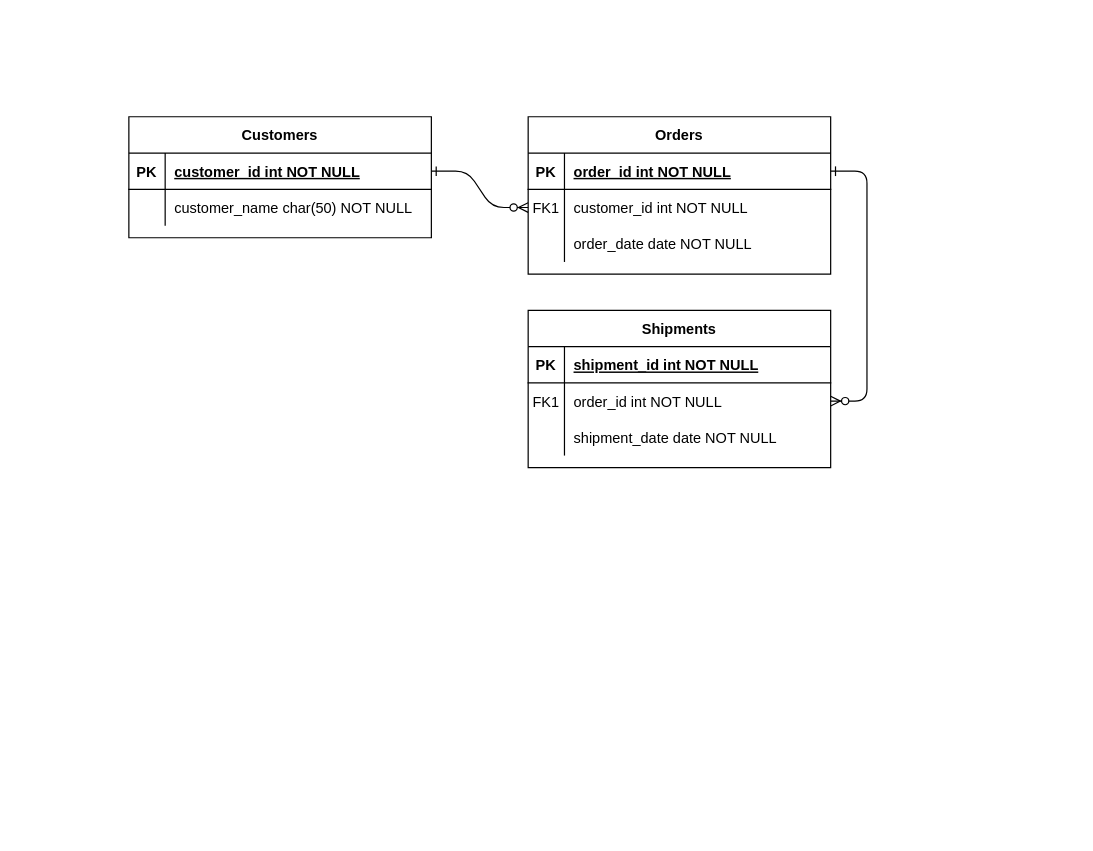
This is ERD TerasKos.drawio from sendy452/DIagram-Model, a draw.io file, before an edit. Source tidied: cells renumbered, new cells numbered last; positions are measured from the earlier drawing's top-left corner, leaving out a move shared by most shapes. Both pictures are drawn from the tidied source at 121%, with x=0, y=0 at pixel (128, 116).
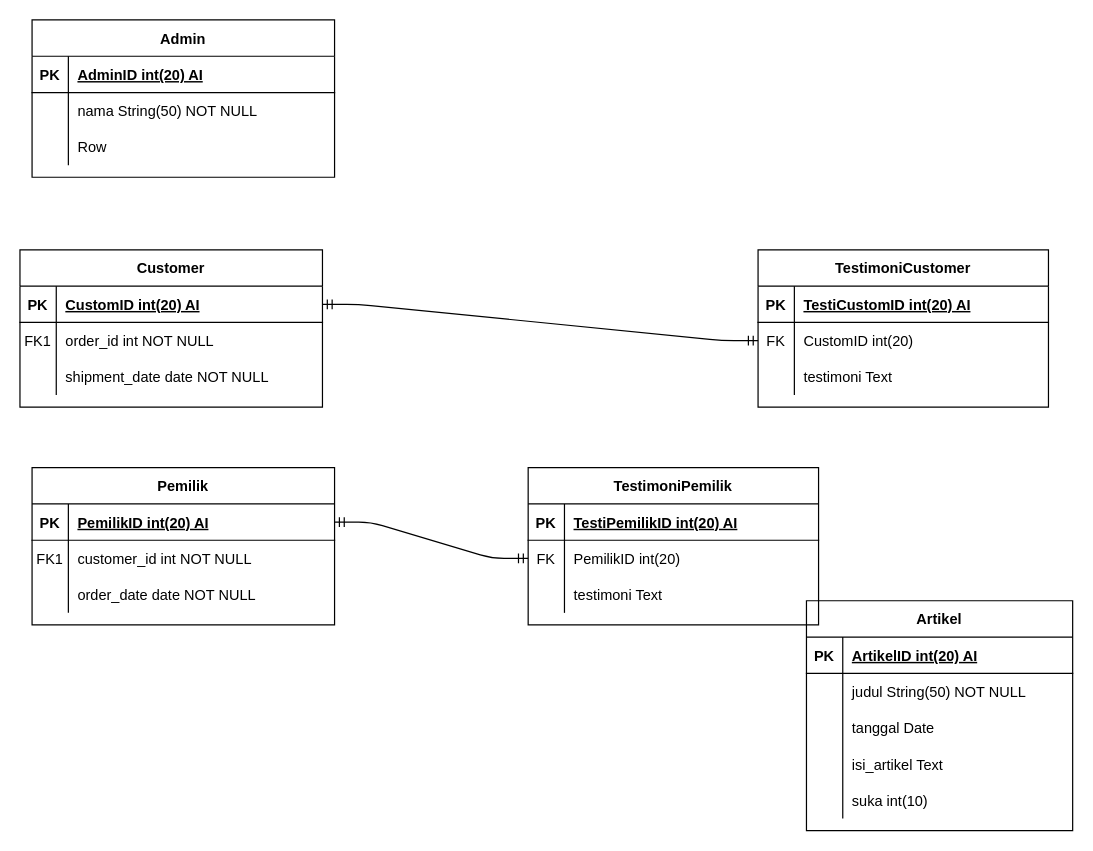
Above is the later version.

Unchanged cells that the change refers to:
```xml
<mxCell id="5" style="shape=partialRectangle;fillColor=none;points=[[0,0.5],[1,0.5]];portConstraint=eastwest;top=0;left=0;right=0;bottom=1;" parent="4" vertex="1">
  <mxGeometry y="30" width="250" height="30" as="geometry" />
</mxCell>
<mxCell id="8" style="shape=partialRectangle;fillColor=none;points=[[0,0.5],[1,0.5]];portConstraint=eastwest;top=0;left=0;right=0;bottom=0;" parent="4" vertex="1">
  <mxGeometry y="60" width="250" height="30" as="geometry" />
</mxCell>
<mxCell id="15" style="shape=partialRectangle;fillColor=none;points=[[0,0.5],[1,0.5]];portConstraint=eastwest;top=0;left=0;right=0;bottom=1;" parent="14" vertex="1">
  <mxGeometry y="30" width="250" height="30" as="geometry" />
</mxCell>
<mxCell id="18" style="shape=partialRectangle;fillColor=none;points=[[0,0.5],[1,0.5]];portConstraint=eastwest;top=0;left=0;right=0;bottom=0;" parent="14" vertex="1">
  <mxGeometry y="60" width="250" height="30" as="geometry" />
</mxCell>
<mxCell id="25" style="shape=partialRectangle;fillColor=none;points=[[0,0.5],[1,0.5]];portConstraint=eastwest;top=0;left=0;right=0;bottom=1;" parent="24" vertex="1">
  <mxGeometry y="30" width="250" height="30" as="geometry" />
</mxCell>
<mxCell id="28" style="shape=partialRectangle;fillColor=none;top=0;left=0;right=0;bottom=0;" parent="24" vertex="1">
  <mxGeometry y="60" width="250" height="30" as="geometry" />
</mxCell>
```

The edit, as a diff of the source:
```diff
@@
-    <mxCell id="2" style="edgeStyle=entityRelationEdgeStyle;endArrow=ERzeroToMany;startArrow=ERone;endFill=1;startFill=0;" parent="1" edge="1" source="25" target="8">
-      <mxGeometry relative="1" as="geometry" />
-    </mxCell>
-    <mxCell id="3" style="edgeStyle=entityRelationEdgeStyle;endArrow=ERzeroToMany;startArrow=ERone;endFill=1;startFill=0;" parent="1" edge="1" source="5" target="18">
-      <mxGeometry relative="1" as="geometry" />
-    </mxCell>
-    <mxCell id="4" value="Orders" style="shape=table;startSize=30;childLayout=tableLayout;rowLines=0;fontStyle=1;align=center;" parent="1" vertex="1">
-      <mxGeometry x="330" width="250" height="130" as="geometry" />
+    <mxCell id="4" value="Pemilik" style="shape=table;startSize=30;childLayout=tableLayout;rowLines=0;fontStyle=1;align=center;" parent="1" vertex="1">
+      <mxGeometry x="-80" y="290" width="250" height="130" as="geometry" />
     </mxCell>
@@
-    <mxCell id="7" value="order_id int NOT NULL " style="shape=partialRectangle;overflow=hidden;fillColor=none;top=0;left=0;bottom=0;right=0;align=left;spacingLeft=6;fontStyle=5;" parent="5" vertex="1">
+    <mxCell id="7" value="PemilikID int(20) AI" style="shape=partialRectangle;overflow=hidden;fillColor=none;top=0;left=0;bottom=0;right=0;align=left;spacingLeft=6;fontStyle=5;" parent="5" vertex="1">
       <mxGeometry x="30" width="220" height="30" as="geometry" />
     </mxCell>
@@
-    <mxCell id="14" value="Shipments" style="shape=table;startSize=30;childLayout=tableLayout;rowLines=0;fontStyle=1;align=center;" parent="1" vertex="1">
-      <mxGeometry x="330" y="160" width="250" height="130" as="geometry" />
+    <mxCell id="14" value="Customer" style="shape=table;startSize=30;childLayout=tableLayout;rowLines=0;fontStyle=1;align=center;" parent="1" vertex="1">
+      <mxGeometry x="-90" y="110" width="250" height="130" as="geometry" />
     </mxCell>
@@
-    <mxCell id="17" value="shipment_id int NOT NULL " style="shape=partialRectangle;overflow=hidden;fillColor=none;top=0;left=0;bottom=0;right=0;align=left;spacingLeft=6;fontStyle=5;" parent="15" vertex="1">
+    <mxCell id="17" value="CustomID int(20) AI" style="shape=partialRectangle;overflow=hidden;fillColor=none;top=0;left=0;bottom=0;right=0;align=left;spacingLeft=6;fontStyle=5;" parent="15" vertex="1">
       <mxGeometry x="30" width="220" height="30" as="geometry" />
     </mxCell>
@@
-    <mxCell id="24" value="Customers" style="shape=table;startSize=30;childLayout=tableLayout;rowLines=0;fontStyle=1;align=center;" parent="1" vertex="1">
-      <mxGeometry width="250" height="100" as="geometry" />
+    <mxCell id="24" value="Admin" style="shape=table;startSize=30;childLayout=tableLayout;rowLines=0;fontStyle=1;align=center;" parent="1" vertex="1">
+      <mxGeometry x="-80" y="-80" width="250" height="130" as="geometry" />
     </mxCell>
@@
-    <mxCell id="27" value="customer_id int NOT NULL " style="shape=partialRectangle;overflow=hidden;fillColor=none;top=0;left=0;bottom=0;right=0;align=left;spacingLeft=6;fontStyle=5;" parent="25" vertex="1">
+    <mxCell id="27" value="AdminID int(20) AI" style="shape=partialRectangle;overflow=hidden;fillColor=none;top=0;left=0;bottom=0;right=0;align=left;spacingLeft=6;fontStyle=5;" parent="25" vertex="1">
       <mxGeometry x="30" width="220" height="30" as="geometry" />
     </mxCell>
@@
-    <mxCell id="30" value="customer_name char(50) NOT NULL" style="shape=partialRectangle;overflow=hidden;fillColor=none;top=0;left=0;bottom=0;right=0;align=left;spacingLeft=6;" parent="28" vertex="1">
+    <mxCell id="30" value="nama String(50) NOT NULL" style="shape=partialRectangle;overflow=hidden;fillColor=none;top=0;left=0;bottom=0;right=0;align=left;spacingLeft=6;" parent="28" vertex="1">
       <mxGeometry x="30" width="220" height="30" as="geometry" />
     </mxCell>
+    <mxCell id="31" style="shape=partialRectangle;fillColor=none;top=0;left=0;bottom=0;right=0;" parent="24" vertex="1">
+      <mxGeometry y="90" width="250" height="30" as="geometry" />
+    </mxCell>
+    <mxCell id="32" style="shape=partialRectangle;fillColor=none;top=0;left=0;bottom=0;right=0;overflow=hidden;" parent="31" vertex="1">
+      <mxGeometry width="30" height="30" as="geometry" />
+    </mxCell>
+    <mxCell id="33" value="Row" style="shape=partialRectangle;fillColor=none;top=0;left=0;bottom=0;right=0;align=left;spacingLeft=6;overflow=hidden;" parent="31" vertex="1">
+      <mxGeometry x="30" width="220" height="30" as="geometry" />
+    </mxCell>
+    <mxCell id="34" value="Artikel" style="shape=table;startSize=30;childLayout=tableLayout;rowLines=0;fontStyle=1;align=center;" parent="1" vertex="1">
+      <mxGeometry x="560" y="400" width="220" height="190" as="geometry" />
+    </mxCell>
+    <mxCell id="35" style="shape=partialRectangle;fillColor=none;top=0;left=0;bottom=1;right=0;" parent="34" vertex="1">
+      <mxGeometry y="30" width="220" height="30" as="geometry" />
+    </mxCell>
+    <mxCell id="36" value="PK" style="shape=partialRectangle;fillColor=none;top=0;left=0;bottom=0;right=0;fontStyle=1;overflow=hidden;" parent="35" vertex="1">
+      <mxGeometry width="30" height="30" as="geometry" />
+    </mxCell>
+    <mxCell id="37" value="ArtikelID int(20) AI" style="shape=partialRectangle;fillColor=none;top=0;left=0;bottom=0;right=0;align=left;spacingLeft=6;fontStyle=5;overflow=hidden;" parent="35" vertex="1">
+      <mxGeometry x="30" width="190" height="30" as="geometry" />
+    </mxCell>
+    <mxCell id="38" style="shape=partialRectangle;fillColor=none;top=0;left=0;bottom=0;right=0;" parent="34" vertex="1">
+      <mxGeometry y="60" width="220" height="30" as="geometry" />
+    </mxCell>
+    <mxCell id="39" style="shape=partialRectangle;fillColor=none;top=0;left=0;bottom=0;right=0;overflow=hidden;" parent="38" vertex="1">
+      <mxGeometry width="30" height="30" as="geometry" />
+    </mxCell>
+    <mxCell id="40" value="judul String(50) NOT NULL" style="shape=partialRectangle;fillColor=none;top=0;left=0;bottom=0;right=0;align=left;spacingLeft=6;overflow=hidden;" parent="38" vertex="1">
+      <mxGeometry x="30" width="190" height="30" as="geometry" />
+    </mxCell>
+    <mxCell id="41" style="shape=partialRectangle;fillColor=none;top=0;left=0;bottom=0;right=0;" parent="34" vertex="1">
+      <mxGeometry y="90" width="220" height="30" as="geometry" />
+    </mxCell>
+    <mxCell id="42" style="shape=partialRectangle;fillColor=none;top=0;left=0;bottom=0;right=0;overflow=hidden;" parent="41" vertex="1">
+      <mxGeometry width="30" height="30" as="geometry" />
+    </mxCell>
+    <mxCell id="43" value="tanggal Date" style="shape=partialRectangle;fillColor=none;top=0;left=0;bottom=0;right=0;align=left;spacingLeft=6;overflow=hidden;" parent="41" vertex="1">
+      <mxGeometry x="30" width="190" height="30" as="geometry" />
+    </mxCell>
+    <mxCell id="44" style="shape=partialRectangle;fillColor=none;top=0;left=0;bottom=0;right=0;" parent="34" vertex="1">
+      <mxGeometry y="120" width="220" height="30" as="geometry" />
+    </mxCell>
+    <mxCell id="45" style="shape=partialRectangle;fillColor=none;top=0;left=0;bottom=0;right=0;overflow=hidden;" parent="44" vertex="1">
+      <mxGeometry width="30" height="30" as="geometry" />
+    </mxCell>
+    <mxCell id="46" value="isi_artikel Text" style="shape=partialRectangle;fillColor=none;top=0;left=0;bottom=0;right=0;align=left;spacingLeft=6;overflow=hidden;" parent="44" vertex="1">
+      <mxGeometry x="30" width="190" height="30" as="geometry" />
+    </mxCell>
+    <mxCell id="47" style="shape=partialRectangle;fillColor=none;top=0;left=0;bottom=0;right=0;" parent="34" vertex="1">
+      <mxGeometry y="150" width="220" height="30" as="geometry" />
+    </mxCell>
+    <mxCell id="48" style="shape=partialRectangle;fillColor=none;top=0;left=0;bottom=0;right=0;overflow=hidden;" parent="47" vertex="1">
+      <mxGeometry width="30" height="30" as="geometry" />
+    </mxCell>
+    <mxCell id="49" value="suka int(10)" style="shape=partialRectangle;fillColor=none;top=0;left=0;bottom=0;right=0;align=left;spacingLeft=6;overflow=hidden;" parent="47" vertex="1">
+      <mxGeometry x="30" width="190" height="30" as="geometry" />
+    </mxCell>
+    <mxCell id="50" value="TestimoniCustomer" style="shape=table;startSize=30;childLayout=tableLayout;rowLines=0;fontStyle=1;align=center;" parent="1" vertex="1">
+      <mxGeometry x="520" y="110" width="240" height="130" as="geometry" />
+    </mxCell>
+    <mxCell id="51" style="shape=partialRectangle;fillColor=none;top=0;left=0;bottom=1;right=0;" parent="50" vertex="1">
+      <mxGeometry y="30" width="240" height="30" as="geometry" />
+    </mxCell>
+    <mxCell id="52" value="PK" style="shape=partialRectangle;fillColor=none;top=0;left=0;bottom=0;right=0;fontStyle=1;overflow=hidden;" parent="51" vertex="1">
+      <mxGeometry width="30" height="30" as="geometry" />
+    </mxCell>
+    <mxCell id="53" value="TestiCustomID int(20) AI" style="shape=partialRectangle;fillColor=none;top=0;left=0;bottom=0;right=0;align=left;spacingLeft=6;fontStyle=5;overflow=hidden;" parent="51" vertex="1">
+      <mxGeometry x="30" width="210" height="30" as="geometry" />
+    </mxCell>
+    <mxCell id="54" style="shape=partialRectangle;fillColor=none;top=0;left=0;bottom=0;right=0;points=[[0,0.5],[1,0.5]];portConstraint=eastwest;" parent="50" vertex="1">
+      <mxGeometry y="60" width="240" height="30" as="geometry" />
+    </mxCell>
+    <mxCell id="55" value="FK" style="shape=partialRectangle;fillColor=none;top=0;left=0;bottom=0;right=0;fontStyle=0;overflow=hidden;" parent="54" vertex="1">
+      <mxGeometry width="30" height="30" as="geometry" />
+    </mxCell>
+    <mxCell id="56" value="CustomID int(20)" style="shape=partialRectangle;fillColor=none;top=0;left=0;bottom=0;right=0;align=left;spacingLeft=6;fontStyle=0;overflow=hidden;" parent="54" vertex="1">
+      <mxGeometry x="30" width="210" height="30" as="geometry" />
+    </mxCell>
+    <mxCell id="57" style="shape=partialRectangle;fillColor=none;top=0;left=0;bottom=0;right=0;" parent="50" vertex="1">
+      <mxGeometry y="90" width="240" height="30" as="geometry" />
+    </mxCell>
+    <mxCell id="58" style="shape=partialRectangle;fillColor=none;top=0;left=0;bottom=0;right=0;overflow=hidden;" parent="57" vertex="1">
+      <mxGeometry width="30" height="30" as="geometry" />
+    </mxCell>
+    <mxCell id="59" value="testimoni Text" style="shape=partialRectangle;fillColor=none;top=0;left=0;bottom=0;right=0;align=left;spacingLeft=6;overflow=hidden;" parent="57" vertex="1">
+      <mxGeometry x="30" width="210" height="30" as="geometry" />
+    </mxCell>
+    <mxCell id="60" value="TestimoniPemilik" style="shape=table;startSize=30;childLayout=tableLayout;rowLines=0;fontStyle=1;align=center;" parent="1" vertex="1">
+      <mxGeometry x="330" y="290" width="240" height="130" as="geometry" />
+    </mxCell>
+    <mxCell id="61" style="shape=partialRectangle;fillColor=none;top=0;left=0;bottom=1;right=0;" parent="60" vertex="1">
+      <mxGeometry y="30" width="240" height="30" as="geometry" />
+    </mxCell>
+    <mxCell id="62" value="PK" style="shape=partialRectangle;fillColor=none;top=0;left=0;bottom=0;right=0;fontStyle=1;overflow=hidden;" parent="61" vertex="1">
+      <mxGeometry width="30" height="30" as="geometry" />
+    </mxCell>
+    <mxCell id="63" value="TestiPemilikID int(20) AI" style="shape=partialRectangle;fillColor=none;top=0;left=0;bottom=0;right=0;align=left;spacingLeft=6;fontStyle=5;overflow=hidden;" parent="61" vertex="1">
+      <mxGeometry x="30" width="210" height="30" as="geometry" />
+    </mxCell>
+    <mxCell id="64" style="shape=partialRectangle;fillColor=none;top=0;left=0;bottom=0;right=0;points=[[0,0.5],[1,0.5]];portConstraint=eastwest;" parent="60" vertex="1">
+      <mxGeometry y="60" width="240" height="30" as="geometry" />
+    </mxCell>
+    <mxCell id="65" value="FK" style="shape=partialRectangle;fillColor=none;top=0;left=0;bottom=0;right=0;fontStyle=0;overflow=hidden;" parent="64" vertex="1">
+      <mxGeometry width="30" height="30" as="geometry" />
+    </mxCell>
+    <mxCell id="66" value="PemilikID int(20)" style="shape=partialRectangle;fillColor=none;top=0;left=0;bottom=0;right=0;align=left;spacingLeft=6;fontStyle=0;overflow=hidden;" parent="64" vertex="1">
+      <mxGeometry x="30" width="210" height="30" as="geometry" />
+    </mxCell>
+    <mxCell id="67" style="shape=partialRectangle;fillColor=none;top=0;left=0;bottom=0;right=0;" parent="60" vertex="1">
+      <mxGeometry y="90" width="240" height="30" as="geometry" />
+    </mxCell>
+    <mxCell id="68" style="shape=partialRectangle;fillColor=none;top=0;left=0;bottom=0;right=0;overflow=hidden;" parent="67" vertex="1">
+      <mxGeometry width="30" height="30" as="geometry" />
+    </mxCell>
+    <mxCell id="69" value="testimoni Text" style="shape=partialRectangle;fillColor=none;top=0;left=0;bottom=0;right=0;align=left;spacingLeft=6;overflow=hidden;" parent="67" vertex="1">
+      <mxGeometry x="30" width="210" height="30" as="geometry" />
+    </mxCell>
+    <mxCell id="70" style="edgeStyle=entityRelationEdgeStyle;fontSize=12;html=1;endArrow=ERmandOne;startArrow=ERmandOne;" parent="1" edge="1" source="15" target="54">
+      <mxGeometry relative="1" as="geometry" />
+    </mxCell>
+    <mxCell id="71" style="edgeStyle=entityRelationEdgeStyle;fontSize=12;html=1;endArrow=ERmandOne;startArrow=ERmandOne;" parent="1" edge="1" source="5" target="64">
+      <mxGeometry relative="1" as="geometry" />
+    </mxCell>
```
